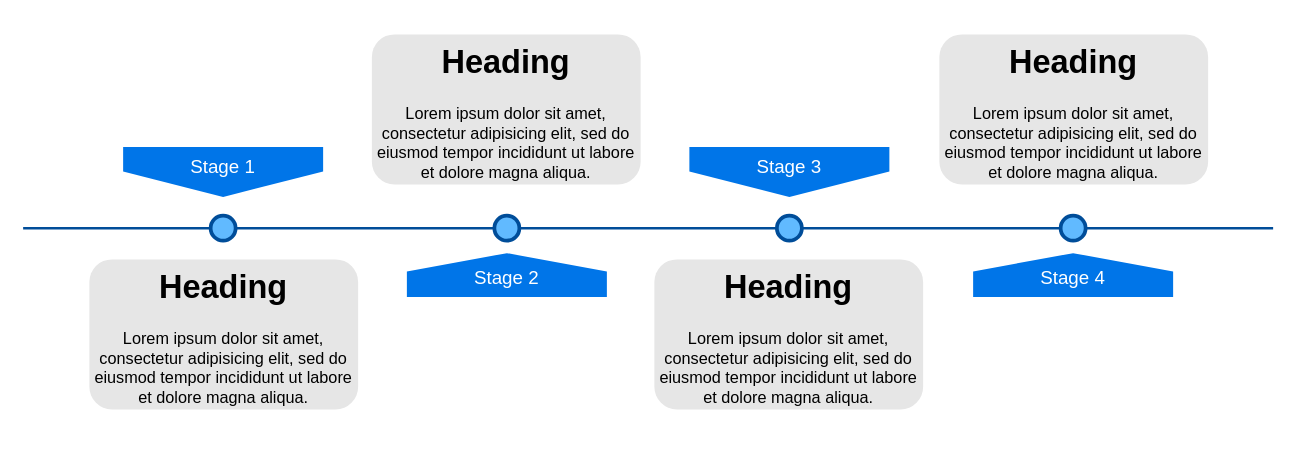
The draw.io diagram Untitled Diagram.drawio in ssider/system_designs, before the edit. Source tidied: cells renumbered, new cells numbered last; positions are measured from the earlier drawing's top-left corner, leaving out a move shared by most shapes. Both pictures are drawn from the tidied source at 125%, with x=0, y=0 at pixel (22, 34).
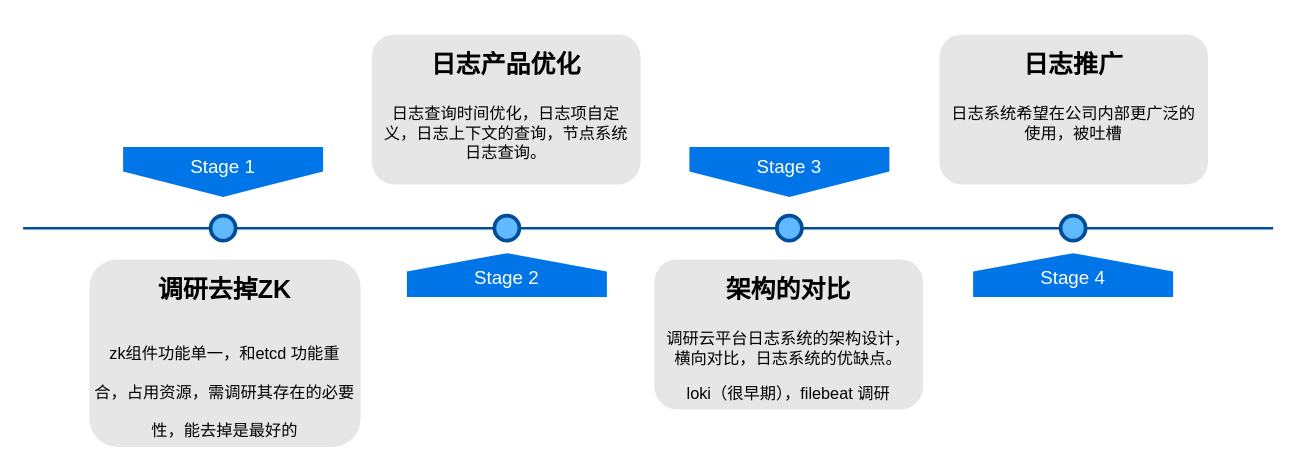
Above is the later version.

Diff of the diagram source:
```diff
@@
 <mxGraphModel background="#ffffff">
   <root>
     <mxCell id="0" />
     <mxCell id="1" parent="0" />
     <mxCell id="2" style="line;strokeWidth=2;html=1;fillColor=none;fontSize=28;fontColor=#004D99;strokeColor=#004D99;" parent="1" vertex="1">
       <mxGeometry y="150" width="1000" height="10" as="geometry" />
     </mxCell>
     <mxCell id="3" value="Stage 1" style="shape=offPageConnector;whiteSpace=wrap;html=1;fillColor=#0075E8;fontSize=15;fontColor=#FFFFFF;size=0.5093750000000015;verticalAlign=top;strokeColor=none;" parent="1" vertex="1">
       <mxGeometry x="80" y="90" width="160" height="40" as="geometry" />
     </mxCell>
     <mxCell id="4" value="&lt;span&gt;Stage 3&lt;/span&gt;" style="shape=offPageConnector;whiteSpace=wrap;html=1;fillColor=#0075E8;fontSize=15;fontColor=#FFFFFF;size=0.5093750000000015;verticalAlign=top;strokeColor=none;" parent="1" vertex="1">
       <mxGeometry x="533" y="90" width="160" height="40" as="geometry" />
     </mxCell>
     <mxCell id="5" value="&lt;span&gt;Stage 2&lt;/span&gt;" style="shape=offPageConnector;whiteSpace=wrap;html=1;fillColor=#0075E8;fontSize=15;fontColor=#FFFFFF;size=0.4178571428571445;flipV=1;verticalAlign=bottom;strokeColor=none;spacingBottom=4;" parent="1" vertex="1">
       <mxGeometry x="307" y="175" width="160" height="35" as="geometry" />
     </mxCell>
     <mxCell id="6" value="&lt;span&gt;Stage 4&lt;/span&gt;" style="shape=offPageConnector;whiteSpace=wrap;html=1;fillColor=#0075E8;fontSize=15;fontColor=#FFFFFF;size=0.4178571428571445;flipV=1;verticalAlign=bottom;strokeColor=none;spacingBottom=4;" parent="1" vertex="1">
       <mxGeometry x="760" y="175" width="160" height="35" as="geometry" />
     </mxCell>
     <mxCell id="7" style="ellipse;whiteSpace=wrap;html=1;fillColor=#61BAFF;fontSize=28;fontColor=#004D99;strokeWidth=3;strokeColor=#004D99;" parent="1" vertex="1">
       <mxGeometry x="150" y="145" width="20" height="20" as="geometry" />
     </mxCell>
     <mxCell id="8" style="ellipse;whiteSpace=wrap;html=1;fillColor=#61BAFF;fontSize=28;fontColor=#004D99;strokeWidth=3;strokeColor=#004D99;" parent="1" vertex="1">
       <mxGeometry x="377" y="145" width="20" height="20" as="geometry" />
     </mxCell>
     <mxCell id="9" style="ellipse;whiteSpace=wrap;html=1;fillColor=#61BAFF;fontSize=28;fontColor=#004D99;strokeWidth=3;strokeColor=#004D99;" parent="1" vertex="1">
       <mxGeometry x="603" y="145" width="20" height="20" as="geometry" />
     </mxCell>
     <mxCell id="10" style="ellipse;whiteSpace=wrap;html=1;fillColor=#61BAFF;fontSize=28;fontColor=#004D99;strokeWidth=3;strokeColor=#004D99;" parent="1" vertex="1">
       <mxGeometry x="830" y="145" width="20" height="20" as="geometry" />
     </mxCell>
-    <mxCell id="11" value="&lt;h1&gt;Heading&lt;/h1&gt;&lt;p&gt;Lorem ipsum dolor sit amet, consectetur adipisicing elit, sed do eiusmod tempor incididunt ut labore et dolore magna aliqua.&lt;/p&gt;" style="text;html=1;spacing=5;spacingTop=-20;whiteSpace=wrap;overflow=hidden;strokeColor=none;strokeWidth=3;fillColor=#E6E6E6;fontSize=13;fontColor=#000000;align=center;rounded=1;" parent="1" vertex="1">
-      <mxGeometry x="53" y="180" width="215" height="120" as="geometry" />
+    <mxCell id="11" value="&lt;h1&gt;&lt;font style=&quot;font-size: 20px&quot;&gt;调研去掉ZK&lt;/font&gt;&lt;/h1&gt;&lt;h1&gt;&lt;span style=&quot;font-size: 13px ; font-weight: 400&quot;&gt;zk组件功能单一，和etcd 功能重合，占用资源，需调研其存在的必要性，能去掉是最好的&lt;/span&gt;&lt;/h1&gt;" style="text;html=1;spacing=5;spacingTop=-20;whiteSpace=wrap;overflow=hidden;strokeColor=none;strokeWidth=3;fillColor=#E6E6E6;fontSize=13;fontColor=#000000;align=center;rounded=1;" parent="1" vertex="1">
+      <mxGeometry x="53" y="180" width="217" height="150" as="geometry" />
     </mxCell>
-    <mxCell id="12" value="&lt;h1&gt;Heading&lt;/h1&gt;&lt;p&gt;Lorem ipsum dolor sit amet, consectetur adipisicing elit, sed do eiusmod tempor incididunt ut labore et dolore magna aliqua.&lt;/p&gt;" style="text;html=1;spacing=5;spacingTop=-20;whiteSpace=wrap;overflow=hidden;strokeColor=none;strokeWidth=3;fillColor=#E6E6E6;fontSize=13;fontColor=#000000;align=center;rounded=1;" parent="1" vertex="1">
+    <mxCell id="12" value="&lt;h1&gt;&lt;span style=&quot;font-size: 20px&quot;&gt;日志产品优化&lt;/span&gt;&lt;/h1&gt;&lt;p&gt;日志查询时间优化，日志项自定义，日志上下文的查询，节点系统日志查询。&lt;/p&gt;" style="text;html=1;spacing=5;spacingTop=-20;whiteSpace=wrap;overflow=hidden;strokeColor=none;strokeWidth=3;fillColor=#E6E6E6;fontSize=13;fontColor=#000000;align=center;rounded=1;" parent="1" vertex="1">
       <mxGeometry x="279" width="215" height="120" as="geometry" />
     </mxCell>
-    <mxCell id="13" value="&lt;h1&gt;Heading&lt;/h1&gt;&lt;p&gt;Lorem ipsum dolor sit amet, consectetur adipisicing elit, sed do eiusmod tempor incididunt ut labore et dolore magna aliqua.&lt;/p&gt;" style="text;html=1;spacing=5;spacingTop=-20;whiteSpace=wrap;overflow=hidden;strokeColor=none;strokeWidth=3;fillColor=#E6E6E6;fontSize=13;fontColor=#000000;align=center;rounded=1;" parent="1" vertex="1">
+    <mxCell id="13" value="&lt;h1&gt;&lt;font style=&quot;font-size: 20px&quot;&gt;架构的对比&lt;/font&gt;&lt;/h1&gt;&lt;h1&gt;&lt;p style=&quot;font-size: 13px ; font-weight: 400&quot;&gt;调研云平台日志系统的架构设计，横向对比，日志系统的优缺点。&lt;/p&gt;&lt;p style=&quot;font-size: 13px ; font-weight: 400&quot;&gt;loki（很早期），filebeat 调研&lt;/p&gt;&lt;/h1&gt;" style="text;html=1;spacing=5;spacingTop=-20;whiteSpace=wrap;overflow=hidden;strokeColor=none;strokeWidth=3;fillColor=#E6E6E6;fontSize=13;fontColor=#000000;align=center;rounded=1;" parent="1" vertex="1">
       <mxGeometry x="505" y="180" width="215" height="120" as="geometry" />
     </mxCell>
-    <mxCell id="14" value="&lt;h1&gt;Heading&lt;/h1&gt;&lt;p&gt;Lorem ipsum dolor sit amet, consectetur adipisicing elit, sed do eiusmod tempor incididunt ut labore et dolore magna aliqua.&lt;/p&gt;" style="text;html=1;spacing=5;spacingTop=-20;whiteSpace=wrap;overflow=hidden;strokeColor=none;strokeWidth=3;fillColor=#E6E6E6;fontSize=13;fontColor=#000000;align=center;rounded=1;" parent="1" vertex="1">
+    <mxCell id="14" value="&lt;h1&gt;&lt;font style=&quot;font-size: 20px&quot;&gt;日志推广&lt;/font&gt;&lt;/h1&gt;&lt;p&gt;日志系统希望在公司内部更广泛的使用，被吐槽&lt;/p&gt;" style="text;html=1;spacing=5;spacingTop=-20;whiteSpace=wrap;overflow=hidden;strokeColor=none;strokeWidth=3;fillColor=#E6E6E6;fontSize=13;fontColor=#000000;align=center;rounded=1;" parent="1" vertex="1">
       <mxGeometry x="733" width="215" height="120" as="geometry" />
     </mxCell>
   </root>
 </mxGraphModel>
```
